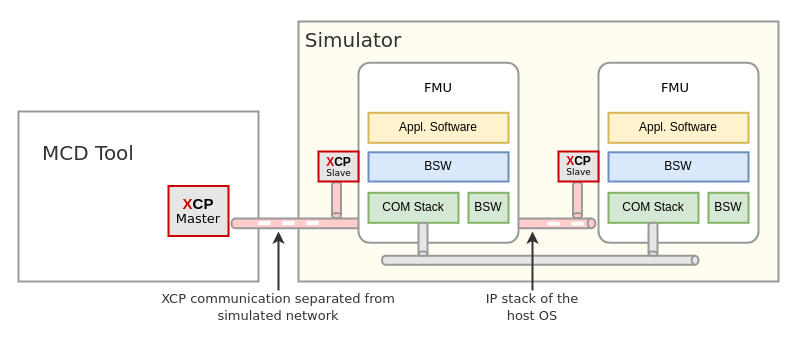
This is docs/images/XCP-Communication-external-Slave.drawio from modelica/fmi-ls-xcp, a draw.io file, before an edit. Source tidied: cells renumbered, new cells numbered last; positions are measured from the earlier drawing's top-left corner, leaving out a move shared by most shapes. Both pictures are drawn from the tidied source at 100%, with x=0, y=0 at pixel (18, 16).
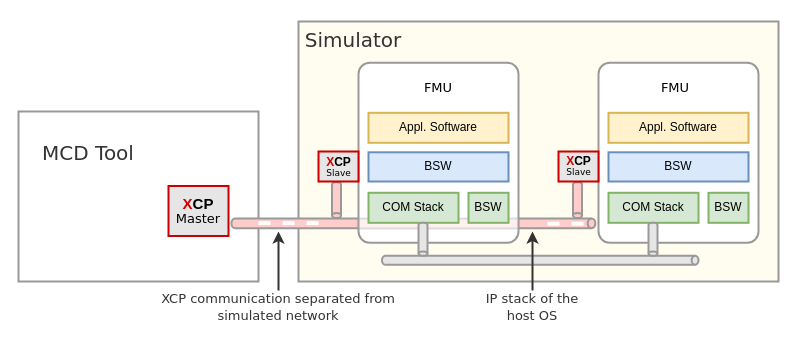
After the change.

Diff of the diagram source:
```diff
@@
+    <mxCell id="37" style="rounded=0;whiteSpace=wrap;html=1;strokeWidth=2;strokeColor=#999999;fillColor=#FFCCCC;opacity=30;" parent="1" vertex="1">
+      <mxGeometry x="340" y="202" width="160" height="10" as="geometry" />
+    </mxCell>
```
